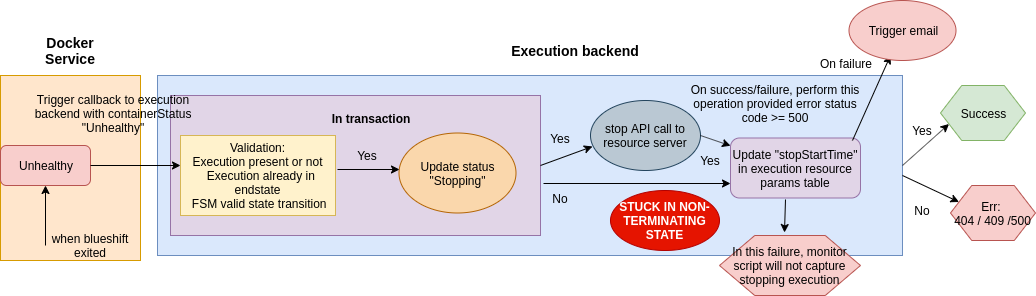
prodipta/blueshift-resouce keeps this draw.io diagram as stop_unhealthy.png. Above is the earlier version. Source tidied: cells renumbered, new cells last; positions are measured from the earlier drawing's top-left corner, leaving out a move shared by most shapes.
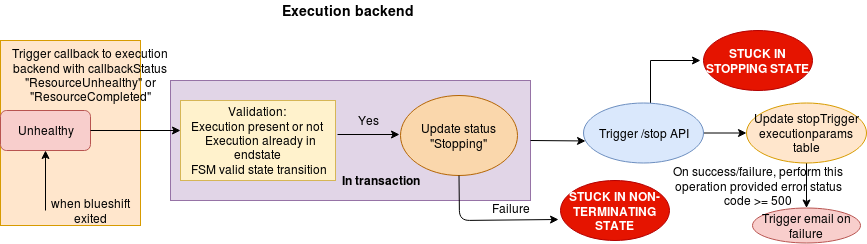
Above is the later version.

Change to the diagram source:
```diff
@@ -2,11 +2,8 @@
   <root>
     <mxCell id="0" />
     <mxCell id="1" parent="0" />
-    <mxCell id="2" style="rounded=0;whiteSpace=wrap;html=1;fillColor=#dae8fc;strokeColor=#6c8ebf;" parent="1" vertex="1">
-      <mxGeometry x="157" y="75" width="745" height="180" as="geometry" />
-    </mxCell>
     <mxCell id="3" style="rounded=0;whiteSpace=wrap;html=1;fillColor=#e1d5e7;strokeColor=#9673a6;" parent="1" vertex="1">
-      <mxGeometry x="170" y="95" width="370" height="140" as="geometry" />
+      <mxGeometry x="170" y="115" width="360" height="120" as="geometry" />
     </mxCell>
     <mxCell id="4" style="rounded=0;whiteSpace=wrap;html=1;fillColor=#ffe6cc;strokeColor=#d79b00;" parent="1" vertex="1">
       <mxGeometry y="75" width="140" height="185" as="geometry" />
@@ -27,67 +24,26 @@
         <mxPoint x="180" y="165" as="targetPoint" />
       </mxGeometry>
     </mxCell>
-    <mxCell id="9" value="Trigger callback to execution backend with containerStatus &quot;Unhealthy&quot;" style="text;html=1;strokeColor=none;fillColor=none;align=center;verticalAlign=middle;whiteSpace=wrap;rounded=0;" parent="1" vertex="1">
-      <mxGeometry x="32.5" y="102.5" width="160" height="20" as="geometry" />
+    <mxCell id="9" value="Trigger callback to execution backend with callbackStatus &quot;ResourceUnhealthy&quot; or &quot;ResourceCompleted&quot; " style="text;html=1;strokeColor=none;fillColor=none;align=center;verticalAlign=middle;whiteSpace=wrap;rounded=0;" parent="1" vertex="1">
+      <mxGeometry x="10" y="100" width="160" height="20" as="geometry" />
     </mxCell>
     <mxCell id="10" value="Validation:&lt;br&gt;Execution present or not&lt;br&gt;&amp;nbsp; Execution already in endstate&lt;br&gt;&amp;nbsp;FSM valid state transition" style="rounded=0;whiteSpace=wrap;html=1;fillColor=#fff2cc;strokeColor=#d6b656;" parent="1" vertex="1">
       <mxGeometry x="180" y="135" width="155" height="80" as="geometry" />
     </mxCell>
-    <mxCell id="11" value="&lt;div&gt;Err: &lt;br&gt;&lt;/div&gt;&lt;div&gt;404 / 409 /500&lt;/div&gt;" style="shape=hexagon;perimeter=hexagonPerimeter2;whiteSpace=wrap;html=1;fillColor=#f8cecc;strokeColor=#b85450;" parent="1" vertex="1">
-      <mxGeometry x="950" y="185" width="85" height="55" as="geometry" />
-    </mxCell>
     <mxCell id="12" value="Yes" style="text;html=1;strokeColor=none;fillColor=none;align=center;verticalAlign=middle;whiteSpace=wrap;rounded=0;" parent="1" vertex="1">
       <mxGeometry x="347" y="145" width="40" height="20" as="geometry" />
     </mxCell>
     <mxCell id="13" value="Execution backend" style="text;html=1;strokeColor=none;fillColor=none;align=center;verticalAlign=middle;whiteSpace=wrap;rounded=0;fontStyle=1;fontSize=14;" parent="1" vertex="1">
-      <mxGeometry x="380" y="40" width="390" height="20" as="geometry" />
+      <mxGeometry x="152" y="35" width="390" height="20" as="geometry" />
     </mxCell>
-    <mxCell id="14" value="stop API call to resource server" style="ellipse;whiteSpace=wrap;html=1;fillColor=#bac8d3;strokeColor=#23445d;" parent="1" vertex="1">
-      <mxGeometry x="590" y="100" width="110" height="70" as="geometry" />
-    </mxCell>
-    <mxCell id="15" value="Success" style="shape=hexagon;perimeter=hexagonPerimeter2;whiteSpace=wrap;html=1;fillColor=#d5e8d4;strokeColor=#82b366;" parent="1" vertex="1">
-      <mxGeometry x="940" y="85" width="85" height="55" as="geometry" />
-    </mxCell>
-    <mxCell id="16" value="Docker Service" style="text;html=1;strokeColor=none;fillColor=none;align=center;verticalAlign=middle;whiteSpace=wrap;rounded=0;fontStyle=1;fontSize=14;" parent="1" vertex="1">
-      <mxGeometry x="30" y="35" width="80" height="30" as="geometry" />
-    </mxCell>
-    <mxCell id="17" style="endArrow=classic;html=1;entryX=0;entryY=0.25;entryDx=0;entryDy=0;" parent="1" edge="1" target="11">
-      <mxGeometry relative="1" as="geometry">
-        <mxPoint x="902" y="175" as="sourcePoint" />
-      </mxGeometry>
-    </mxCell>
-    <mxCell id="18" style="endArrow=classic;html=1;entryX=0;entryY=0.75;entryDx=0;entryDy=0;exitX=1;exitY=0.5;exitDx=0;exitDy=0;" parent="1" edge="1" source="2" target="15">
-      <mxGeometry relative="1" as="geometry" />
-    </mxCell>
-    <mxCell id="19" value="In this failure, monitor script will not capture stopping execution" style="shape=hexagon;perimeter=hexagonPerimeter2;whiteSpace=wrap;html=1;fillColor=#f8cecc;strokeColor=#b85450;" parent="1" vertex="1">
-      <mxGeometry x="719" y="235" width="141" height="60" as="geometry" />
-    </mxCell>
     <mxCell id="20" value="Update status &quot;Stopping&quot;" style="ellipse;whiteSpace=wrap;html=1;fillColor=#fad7ac;strokeColor=#b46504;" parent="1" vertex="1">
-      <mxGeometry x="398.5" y="132.5" width="117" height="80" as="geometry" />
+      <mxGeometry x="400" y="130" width="117" height="80" as="geometry" />
     </mxCell>
-    <mxCell id="21" value="Yes" style="text;html=1;strokeColor=none;fillColor=none;align=center;verticalAlign=middle;whiteSpace=wrap;rounded=0;" parent="1" vertex="1">
-      <mxGeometry x="902" y="120" width="40" height="20" as="geometry" />
-    </mxCell>
-    <mxCell id="22" value="No" style="text;html=1;strokeColor=none;fillColor=none;align=center;verticalAlign=middle;whiteSpace=wrap;rounded=0;" parent="1" vertex="1">
-      <mxGeometry x="902" y="200" width="40" height="20" as="geometry" />
-    </mxCell>
-    <mxCell id="23" style="endArrow=classic;html=1;exitX=1;exitY=0.5;exitDx=0;exitDy=0;" parent="1" edge="1" source="14" target="24">
-      <mxGeometry relative="1" as="geometry" />
-    </mxCell>
-    <mxCell id="24" value="Update &quot;stopStartTime&quot; in execution resource params table" style="rounded=1;whiteSpace=wrap;html=1;fillColor=#e1d5e7;strokeColor=#9673a6;" parent="1" vertex="1">
-      <mxGeometry x="730" y="137.5" width="130" height="60" as="geometry" />
-    </mxCell>
     <mxCell id="25" value="In transaction" style="text;html=1;strokeColor=none;fillColor=none;align=center;verticalAlign=middle;whiteSpace=wrap;rounded=0;fontStyle=1;" parent="1" vertex="1">
-      <mxGeometry x="320" y="108" width="100" height="20" as="geometry" />
+      <mxGeometry x="330" y="205" width="100" height="20" as="geometry" />
     </mxCell>
-    <mxCell id="26" style="endArrow=classic;html=1;exitX=1;exitY=0.5;exitDx=0;exitDy=0;entryX=0.018;entryY=0.657;entryDx=0;entryDy=0;entryPerimeter=0;" parent="1" edge="1" source="3" target="14">
-      <mxGeometry relative="1" as="geometry" />
-    </mxCell>
-    <mxCell id="27" style="endArrow=classic;html=1;exitX=0.423;exitY=1.025;exitDx=0;exitDy=0;entryX=0.461;entryY=-0.05;entryDx=0;entryDy=0;exitPerimeter=0;entryPerimeter=0;" parent="1" edge="1" source="24" target="19">
-      <mxGeometry relative="1" as="geometry" />
-    </mxCell>
     <mxCell id="28" value="On success/failure, perform this operation provided error status code &amp;gt;= 500" style="text;html=1;strokeColor=none;fillColor=none;align=center;verticalAlign=middle;whiteSpace=wrap;rounded=0;" parent="1" vertex="1">
-      <mxGeometry x="685" y="92.5" width="180" height="20" as="geometry" />
+      <mxGeometry x="667.5" y="210" width="180" height="20" as="geometry" />
     </mxCell>
     <mxCell id="29" style="endArrow=classic;html=1;" parent="1" edge="1">
       <mxGeometry relative="1" as="geometry">
@@ -95,38 +51,47 @@
         <mxPoint x="399" y="169" as="targetPoint" />
       </mxGeometry>
     </mxCell>
-    <mxCell id="30" value="Yes" style="text;html=1;strokeColor=none;fillColor=none;align=center;verticalAlign=middle;whiteSpace=wrap;rounded=0;" parent="1" vertex="1">
-      <mxGeometry x="540" y="127.5" width="40" height="20" as="geometry" />
-    </mxCell>
-    <mxCell id="31" style="endArrow=classic;html=1;" parent="1" edge="1">
-      <mxGeometry relative="1" as="geometry">
-        <mxPoint x="543" y="183" as="sourcePoint" />
-        <mxPoint x="730" y="183" as="targetPoint" />
-      </mxGeometry>
-    </mxCell>
-    <mxCell id="32" value="No" style="text;html=1;strokeColor=none;fillColor=none;align=center;verticalAlign=middle;whiteSpace=wrap;rounded=0;" parent="1" vertex="1">
-      <mxGeometry x="540" y="187.5" width="40" height="20" as="geometry" />
-    </mxCell>
-    <mxCell id="33" value="Yes" style="text;html=1;strokeColor=none;fillColor=none;align=center;verticalAlign=middle;whiteSpace=wrap;rounded=0;" parent="1" vertex="1">
-      <mxGeometry x="690" y="150" width="40" height="20" as="geometry" />
-    </mxCell>
-    <mxCell id="34" style="endArrow=classic;html=1;" parent="1" edge="1">
-      <mxGeometry relative="1" as="geometry">
-        <mxPoint x="852" y="140" as="sourcePoint" />
-        <mxPoint x="890" y="55" as="targetPoint" />
-        <Array as="points">
-          <mxPoint x="852" y="140" />
-        </Array>
-      </mxGeometry>
-    </mxCell>
-    <mxCell id="35" value="Trigger email" style="ellipse;whiteSpace=wrap;html=1;fillColor=#f8cecc;strokeColor=#b85450;" parent="1" vertex="1">
-      <mxGeometry x="848.5" width="107" height="60" as="geometry" />
-    </mxCell>
-    <mxCell id="36" value="On failure" style="text;html=1;strokeColor=none;fillColor=none;align=center;verticalAlign=middle;whiteSpace=wrap;rounded=0;" parent="1" vertex="1">
-      <mxGeometry x="810" y="50" width="70" height="25" as="geometry" />
-    </mxCell>
     <mxCell id="37" value="STUCK IN NON-TERMINATING STATE" style="ellipse;whiteSpace=wrap;html=1;fillColor=#e51400;strokeColor=#B20000;fontStyle=1;fontColor=#ffffff;" parent="1" vertex="1">
-      <mxGeometry x="610" y="190" width="109" height="60" as="geometry" />
+      <mxGeometry x="560" y="215" width="109" height="60" as="geometry" />
     </mxCell>
+    <mxCell id="38" style="endArrow=classic;html=1;exitX=1;exitY=0.5;exitDx=0;exitDy=0;entryX=0.017;entryY=0.633;entryDx=0;entryDy=0;entryPerimeter=0;" parent="1" edge="1" source="3" target="41">
+      <mxGeometry relative="1" as="geometry" />
+    </mxCell>
+    <mxCell id="39" style="edgeStyle=orthogonalEdgeStyle;rounded=0;jettySize=auto;html=1;" parent="1" edge="1" source="41" target="43">
+      <mxGeometry relative="1" as="geometry" />
+    </mxCell>
+    <mxCell id="40" style="edgeStyle=orthogonalEdgeStyle;rounded=0;jettySize=auto;html=1;" parent="1" edge="1" source="41">
+      <mxGeometry relative="1" as="geometry">
+        <mxPoint x="700" y="95" as="targetPoint" />
+        <Array as="points">
+          <mxPoint x="650" y="95" />
+        </Array>
+      </mxGeometry>
+    </mxCell>
+    <mxCell id="41" value="Trigger /stop API" style="ellipse;whiteSpace=wrap;html=1;fillColor=#dae8fc;strokeColor=#6c8ebf;" parent="1" vertex="1">
+      <mxGeometry x="583" y="137.5" width="120" height="60" as="geometry" />
+    </mxCell>
+    <mxCell id="42" style="edgeStyle=orthogonalEdgeStyle;rounded=0;jettySize=auto;html=1;" parent="1" edge="1" source="43" target="44">
+      <mxGeometry relative="1" as="geometry" />
+    </mxCell>
+    <mxCell id="43" value="Update stopTrigger executionparams table" style="ellipse;whiteSpace=wrap;html=1;fillColor=#ffe6cc;strokeColor=#d79b00;" parent="1" vertex="1">
+      <mxGeometry x="746" y="137.5" width="120" height="60" as="geometry" />
+    </mxCell>
+    <mxCell id="44" value="Trigger email on failure" style="ellipse;whiteSpace=wrap;html=1;fillColor=#f8cecc;strokeColor=#b85450;" parent="1" vertex="1">
+      <mxGeometry x="752" y="242.5" width="108" height="35" as="geometry" />
+    </mxCell>
+    <mxCell id="45" style="endArrow=classic;html=1;exitX=0.5;exitY=1;exitDx=0;exitDy=0;entryX=-0.018;entryY=0.65;entryDx=0;entryDy=0;entryPerimeter=0;" parent="1" edge="1" source="20" target="37">
+      <mxGeometry relative="1" as="geometry">
+        <Array as="points">
+          <mxPoint x="459" y="255" />
+        </Array>
+      </mxGeometry>
+    </mxCell>
+    <mxCell id="46" value="Failure" style="text;html=1;strokeColor=none;fillColor=none;align=center;verticalAlign=middle;whiteSpace=wrap;rounded=0;" parent="1" vertex="1">
+      <mxGeometry x="490" y="232.5" width="40" height="20" as="geometry" />
+    </mxCell>
+    <mxCell id="47" value="STUCK IN STOPPING STATE" style="ellipse;whiteSpace=wrap;html=1;fillColor=#e51400;strokeColor=#B20000;fontStyle=1;fontColor=#ffffff;" parent="1" vertex="1">
+      <mxGeometry x="703" y="65" width="109" height="60" as="geometry" />
+    </mxCell>
   </root>
 </mxGraphModel>
```
